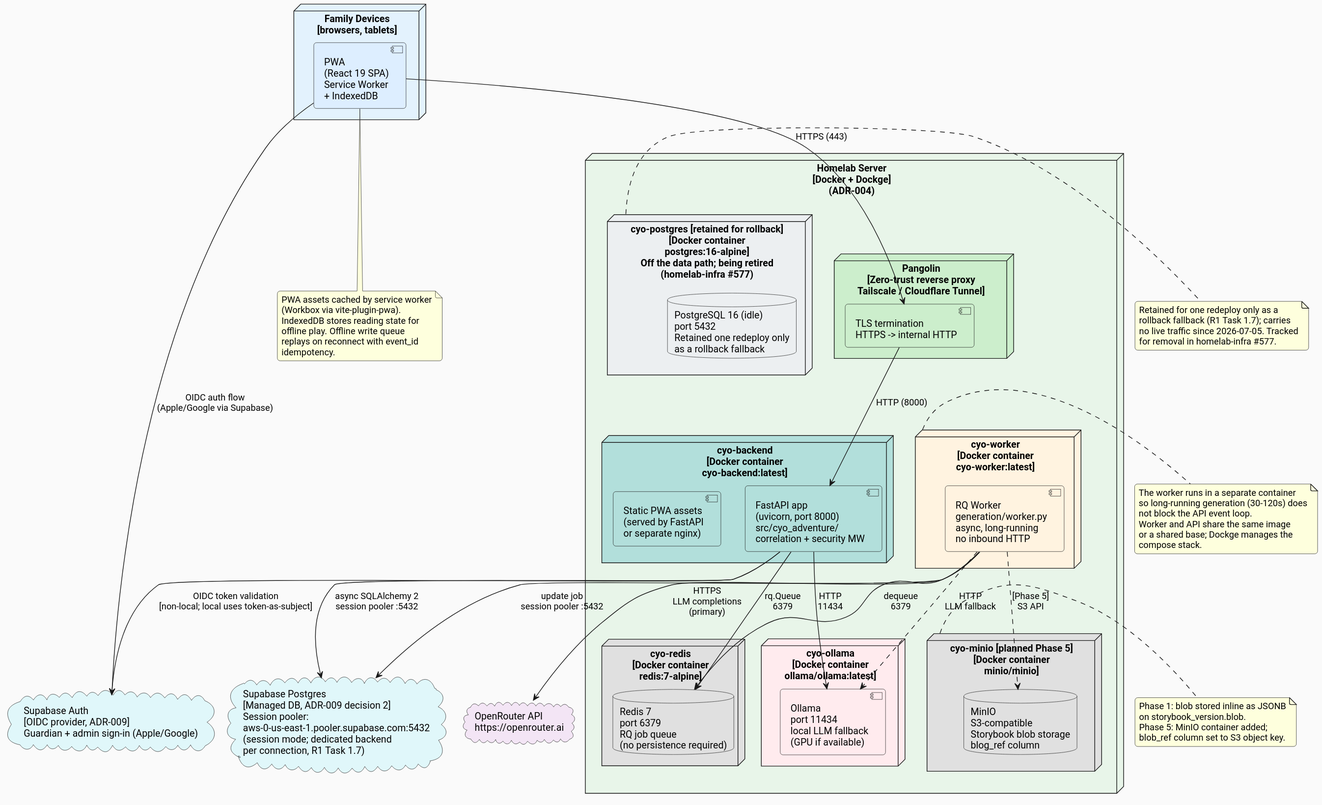
The PlantUML diagram docs/architecture/diagrams/deployment.svg in ByronWilliamsCPA/cyo-adventure, before a commit.
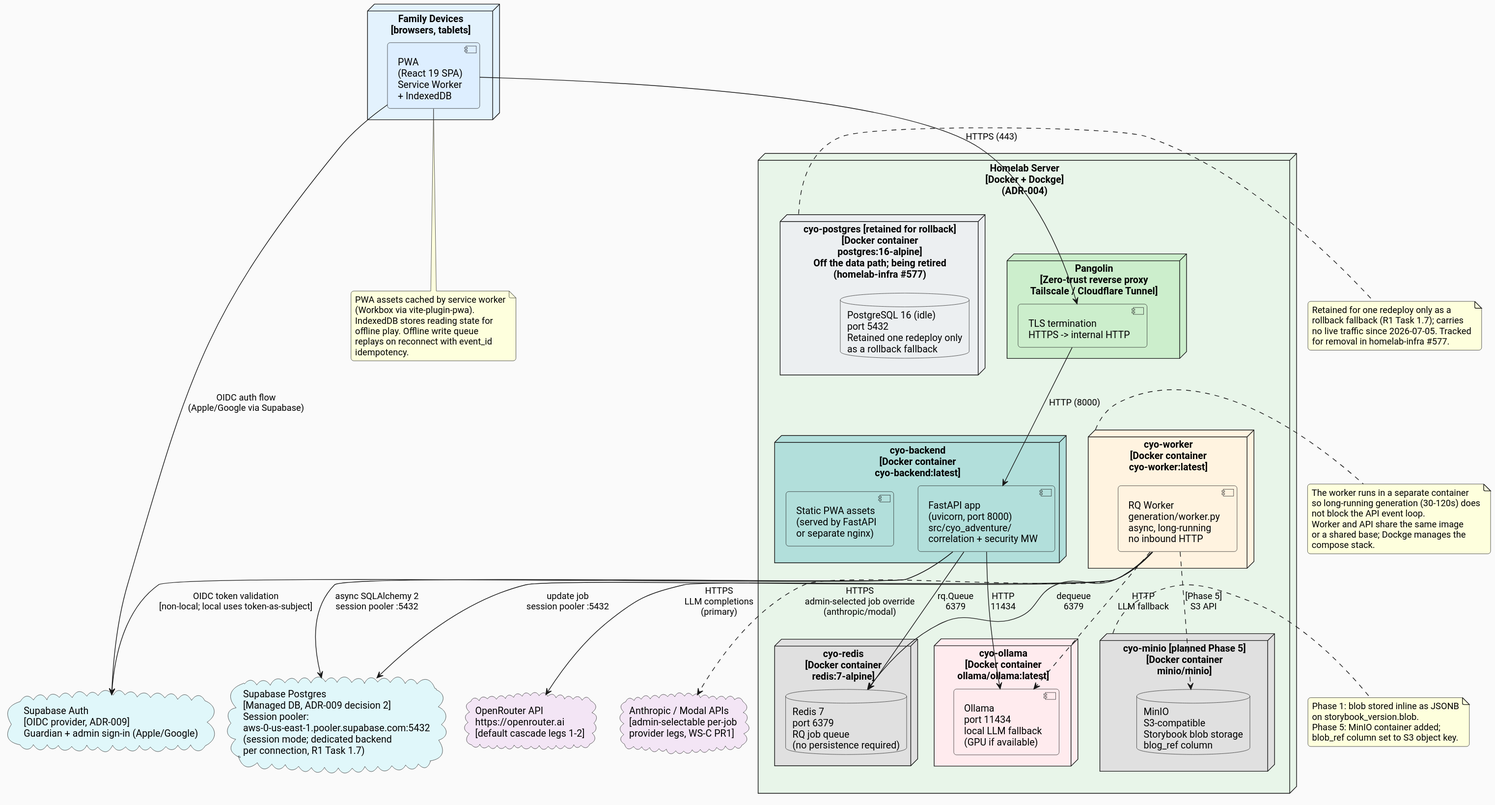
After the change.

Diff of the diagram source:
```diff
@@ -8,7 +8,8 @@
   component "PWA\n(React 19 SPA)\nService Worker\n+ IndexedDB" as pwa_client #DDEEFF
 }
 
-cloud "OpenRouter API\nhttps://openrouter.ai" as openrouter_cloud #F3E5F5
+cloud "OpenRouter API\nhttps://openrouter.ai\n[default cascade legs 1-2]" as openrouter_cloud #F3E5F5
+cloud "Anthropic / Modal APIs\n[admin-selectable per-job\nprovider legs, WS-C PR1]" as extra_provider_cloud #F3E5F5
 cloud "Supabase Auth\n[OIDC provider, ADR-009]\nGuardian + admin sign-in (Apple/Google)" as supabase_cloud #E0F7FA
 cloud "Supabase Postgres\n[Managed DB, ADR-009 decision 2]\nSession pooler:\naws-0-us-east-1.pooler.supabase.com:5432\n(session mode; dedicated backend\nper connection, R1 Task 1.7)" as supabase_pg_cloud #E0F7FA
 
@@ -53,6 +54,7 @@
 rq_worker --> redis_db : "dequeue\n6379"
 rq_worker --> supabase_pg_cloud : "update job\nsession pooler :5432"
 rq_worker --> openrouter_cloud : "HTTPS\nLLM completions\n(primary)"
+rq_worker ..> extra_provider_cloud : "HTTPS\nadmin-selected job override\n(anthropic/modal)"
 rq_worker ..> ollama_svc : "HTTP\nLLM fallback"
 rq_worker ..> minio_db : "[Phase 5]\nS3 API"
 pwa_client --> supabase_cloud : "OIDC auth flow\n(Apple/Google via Supabase)"
```
